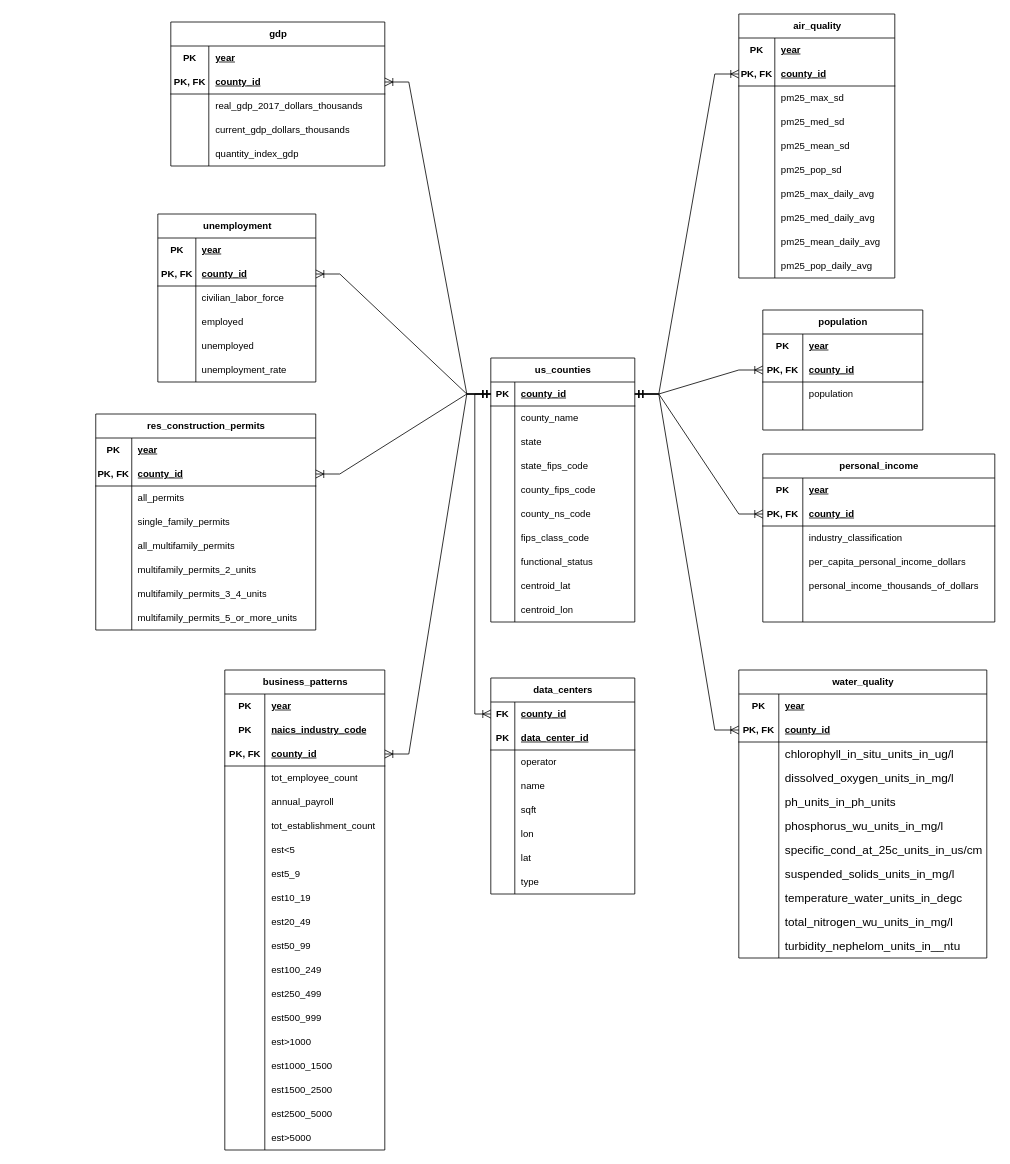
Above: db_documentation/capstone_db_erd.drawio in LoganRosell/local-economic-impact-of-data-centers-workbook (draw.io), before the change. Source tidied: cells renumbered, new cells numbered last; positions are measured from the earlier drawing's top-left corner, leaving out a move shared by most shapes. Both pictures are drawn from the tidied source at 80%, with x=0, y=0 at pixel (95, 14).
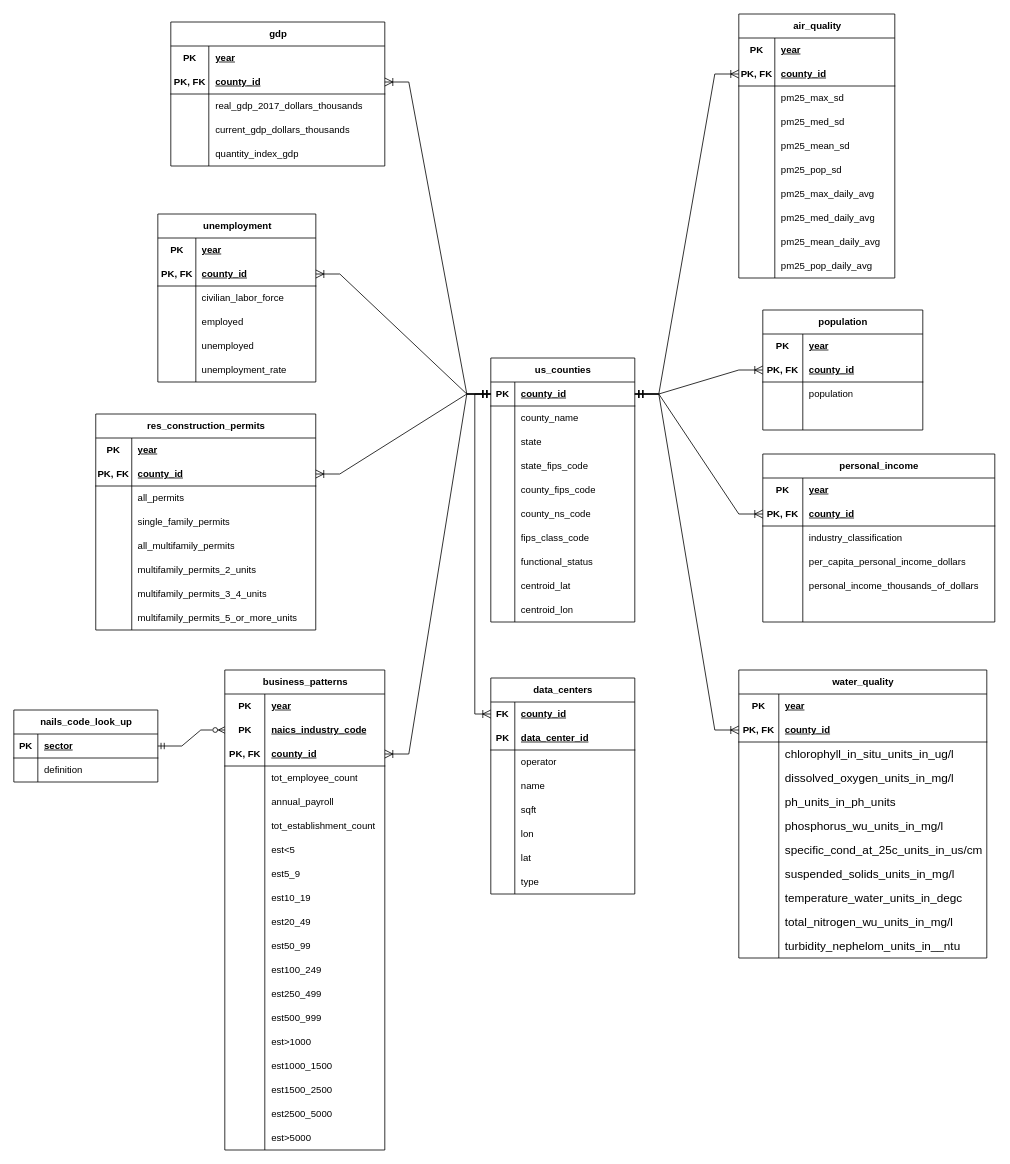
The same diagram, later.

Commit message (it also covers changes not shown here):
feat: add naics industry code look up table to db

Updated the ERD to have look-up table, added look-up table within the business_patterns_cleaning script, and added the source link to db_documentation text file.

The change refers to these unchanged cells:
```xml
<mxCell id="227" style="shape=tableRow;horizontal=0;startSize=0;swimlaneHead=0;swimlaneBody=0;fillColor=none;points=[[0,0.5],[1,0.5]];portConstraint=eastwest;top=0;left=0;right=0;bottom=0;" parent="223" vertex="1">
  <mxGeometry y="60" width="200" height="30" as="geometry" />
</mxCell>
```

Diff of the diagram source:
```diff
@@
+    <mxCell id="282" value="nails_code_look_up" style="shape=table;startSize=30;childLayout=tableLayout;rowLines=0;fontStyle=1;align=center;html=1;" parent="1" vertex="1">
+      <mxGeometry x="-102.2" y="870" width="180" height="90" as="geometry" />
+    </mxCell>
+    <mxCell id="283" style="shape=tableRow;horizontal=0;startSize=0;swimlaneHead=0;swimlaneBody=0;fillColor=none;points=[[0,0.5],[1,0.5]];portConstraint=eastwest;top=0;left=0;right=0;bottom=1;" parent="282" vertex="1">
+      <mxGeometry y="30" width="180" height="30" as="geometry" />
+    </mxCell>
+    <mxCell id="284" value="PK" style="shape=partialRectangle;fillColor=none;top=0;left=0;bottom=0;right=0;fontStyle=1;overflow=hidden;whiteSpace=wrap;html=1;" parent="283" vertex="1">
+      <mxGeometry width="30" height="30" as="geometry" />
+    </mxCell>
+    <mxCell id="285" value="sector" style="shape=partialRectangle;fillColor=none;top=0;left=0;bottom=0;right=0;align=left;spacingLeft=6;fontStyle=5;overflow=hidden;whiteSpace=wrap;html=1;" parent="283" vertex="1">
+      <mxGeometry x="30" width="150" height="30" as="geometry" />
+    </mxCell>
+    <mxCell id="286" style="shape=tableRow;horizontal=0;startSize=0;swimlaneHead=0;swimlaneBody=0;fillColor=none;top=0;left=0;right=0;bottom=0;" parent="282" vertex="1">
+      <mxGeometry y="60" width="180" height="30" as="geometry" />
+    </mxCell>
+    <mxCell id="287" style="shape=partialRectangle;fillColor=none;top=0;left=0;bottom=0;right=0;overflow=hidden;whiteSpace=wrap;html=1;" parent="286" vertex="1">
+      <mxGeometry width="30" height="30" as="geometry" />
+    </mxCell>
+    <mxCell id="288" value="definition" style="shape=partialRectangle;fillColor=none;top=0;left=0;bottom=0;right=0;align=left;spacingLeft=6;overflow=hidden;whiteSpace=wrap;html=1;" parent="286" vertex="1">
+      <mxGeometry x="30" width="150" height="30" as="geometry" />
+    </mxCell>
+    <mxCell id="289" style="edgeStyle=entityRelationEdgeStyle;fontSize=12;html=1;endArrow=ERzeroToMany;startArrow=ERmandOne;rounded=0;exitX=1;exitY=0.5;exitDx=0;exitDy=0;entryX=0;entryY=0.5;entryDx=0;entryDy=0;endFill=0;" parent="1" edge="1" source="283" target="227">
+      <mxGeometry relative="1" as="geometry" />
+    </mxCell>
```
